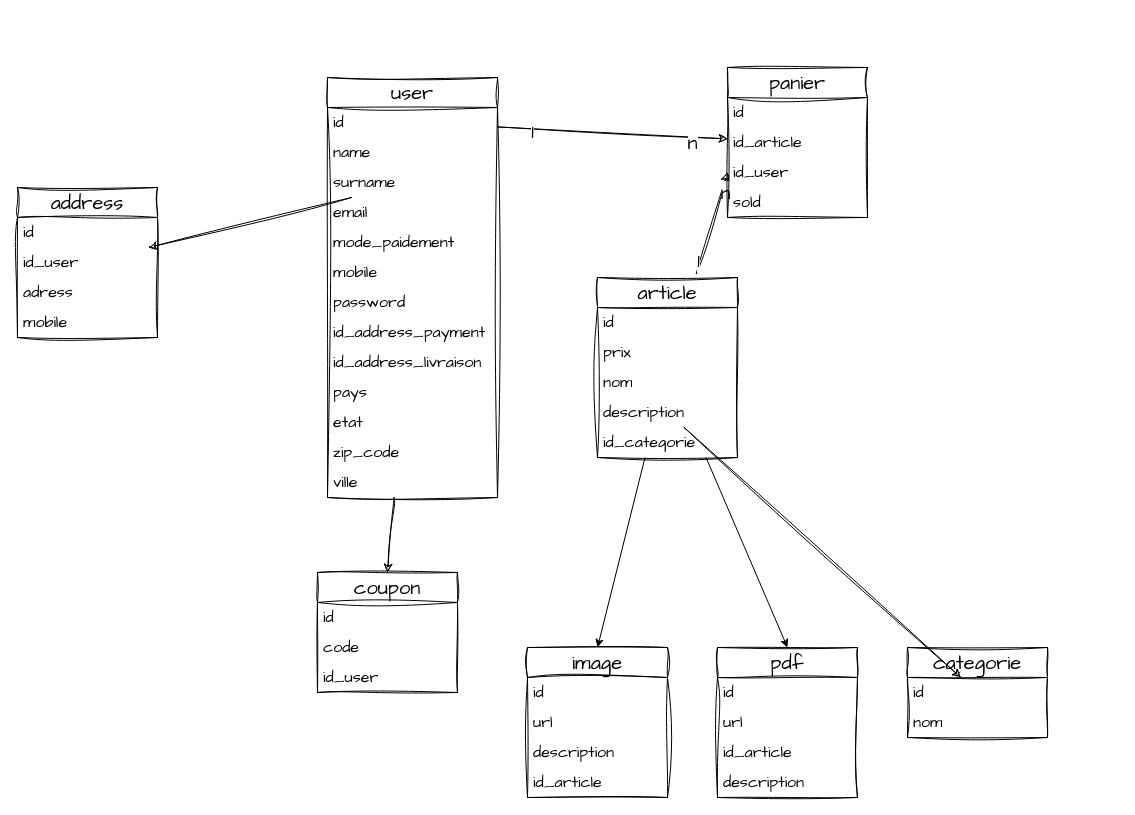
The draw.io diagram _process/_dataBase.drawio in zoobo-jose/B-construction, before the edit. Source tidied: cells renumbered, new cells numbered last; positions are measured from the earlier drawing's top-left corner, leaving out a move shared by most shapes. Both pictures are drawn from the tidied source at 100%, with x=0, y=0 at pixel (17, 67).
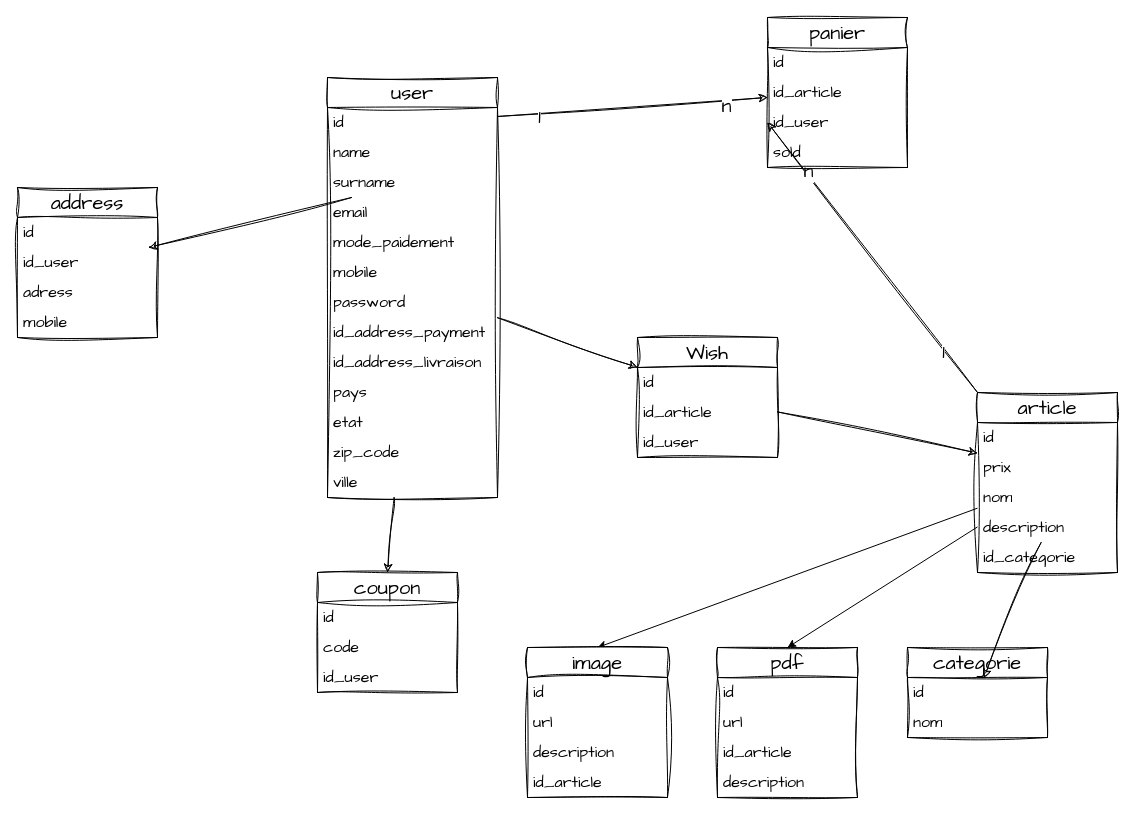
The same page after the edit.

Unchanged cells that the change refers to:
```xml
<mxCell id="3" value="user" style="swimlane;fontStyle=0;horizontal=1;startSize=30;whiteSpace=wrap;html=1;sketch=1;hachureGap=4;jiggle=2;curveFitting=1;fontFamily=Architects Daughter;fontSize=20;" parent="1" vertex="1">
  <mxGeometry x="310" y="10" width="170" height="420" as="geometry" />
</mxCell>
<mxCell id="27" value="prix" style="text;strokeColor=none;fillColor=none;align=left;verticalAlign=middle;spacingLeft=4;spacingRight=4;overflow=hidden;points=[[0,0.5],[1,0.5]];portConstraint=eastwest;whiteSpace=wrap;html=1;fontSize=16;sketch=1;hachureGap=4;jiggle=2;curveFitting=1;fontFamily=Architects Daughter;" parent="25" vertex="1">
  <mxGeometry y="60" width="140" height="30" as="geometry" />
</mxCell>
```

Diff of the diagram source:
```diff
@@
+    <mxCell id="60" style="edgeStyle=none;sketch=1;hachureGap=4;jiggle=2;curveFitting=1;html=1;entryX=0;entryY=0;entryDx=0;entryDy=0;entryPerimeter=0;fontFamily=Architects Daughter;fontSize=16;" parent="1" edge="1" source="3" target="63">
+      <mxGeometry relative="1" as="geometry" />
+    </mxCell>
@@
     <mxCell id="25" value="article" style="swimlane;fontStyle=0;horizontal=1;startSize=30;whiteSpace=wrap;html=1;sketch=1;hachureGap=4;jiggle=2;curveFitting=1;fontFamily=Architects Daughter;fontSize=20;" parent="1" vertex="1">
-      <mxGeometry x="580" y="210" width="140" height="180" as="geometry" />
+      <mxGeometry x="960" y="325" width="140" height="180" as="geometry" />
     </mxCell>
@@
     <mxCell id="31" value="panier" style="swimlane;fontStyle=0;horizontal=1;startSize=30;whiteSpace=wrap;html=1;sketch=1;hachureGap=4;jiggle=2;curveFitting=1;fontFamily=Architects Daughter;fontSize=20;" parent="1" vertex="1">
-      <mxGeometry x="710" width="140" height="150" as="geometry" />
+      <mxGeometry x="750" y="-50" width="140" height="150" as="geometry" />
     </mxCell>
@@
+    <mxCell id="61" style="edgeStyle=none;sketch=1;hachureGap=4;jiggle=2;curveFitting=1;html=1;fontFamily=Architects Daughter;fontSize=16;" parent="1" edge="1" source="62" target="27">
+      <mxGeometry relative="1" as="geometry" />
+    </mxCell>
+    <mxCell id="62" value="Wish" style="swimlane;fontStyle=0;horizontal=1;startSize=30;whiteSpace=wrap;html=1;sketch=1;hachureGap=4;jiggle=2;curveFitting=1;fontFamily=Architects Daughter;fontSize=20;" parent="1" vertex="1">
+      <mxGeometry x="620" y="270" width="140" height="120" as="geometry" />
+    </mxCell>
+    <mxCell id="63" value="id" style="text;strokeColor=none;fillColor=none;align=left;verticalAlign=middle;spacingLeft=4;spacingRight=4;overflow=hidden;points=[[0,0.5],[1,0.5]];portConstraint=eastwest;whiteSpace=wrap;html=1;fontSize=16;sketch=1;hachureGap=4;jiggle=2;curveFitting=1;fontFamily=Architects Daughter;" parent="62" vertex="1">
+      <mxGeometry y="30" width="140" height="30" as="geometry" />
+    </mxCell>
+    <mxCell id="64" value="id_article" style="text;strokeColor=none;fillColor=none;align=left;verticalAlign=middle;spacingLeft=4;spacingRight=4;overflow=hidden;whiteSpace=wrap;html=1;fontSize=16;sketch=1;hachureGap=4;jiggle=2;curveFitting=1;fontFamily=Architects Daughter;" parent="62" vertex="1">
+      <mxGeometry y="60" width="140" height="30" as="geometry" />
+    </mxCell>
+    <mxCell id="65" value="id_user" style="text;strokeColor=none;fillColor=none;align=left;verticalAlign=middle;spacingLeft=4;spacingRight=4;overflow=hidden;whiteSpace=wrap;html=1;fontSize=16;sketch=1;hachureGap=4;jiggle=2;curveFitting=1;fontFamily=Architects Daughter;" parent="62" vertex="1">
+      <mxGeometry y="90" width="140" height="30" as="geometry" />
+    </mxCell>
```
